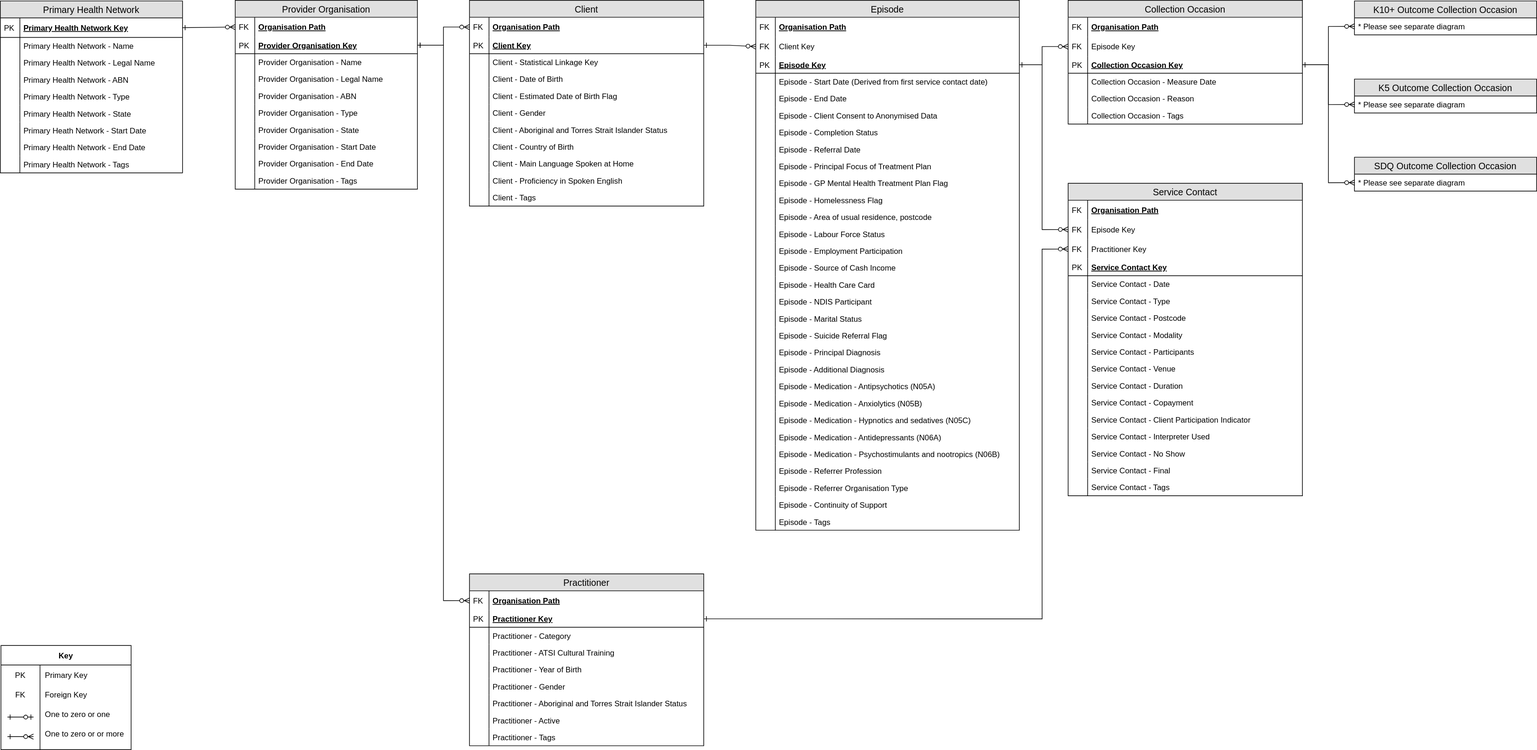
strategicdata/pmhc-mds-spec keeps this draw.io diagram as doc/figures/data-model-v3.svg. Above is the earlier version. Source tidied: cells renumbered, new cells last; positions are measured from the earlier drawing's top-left corner, leaving out a move shared by most shapes.
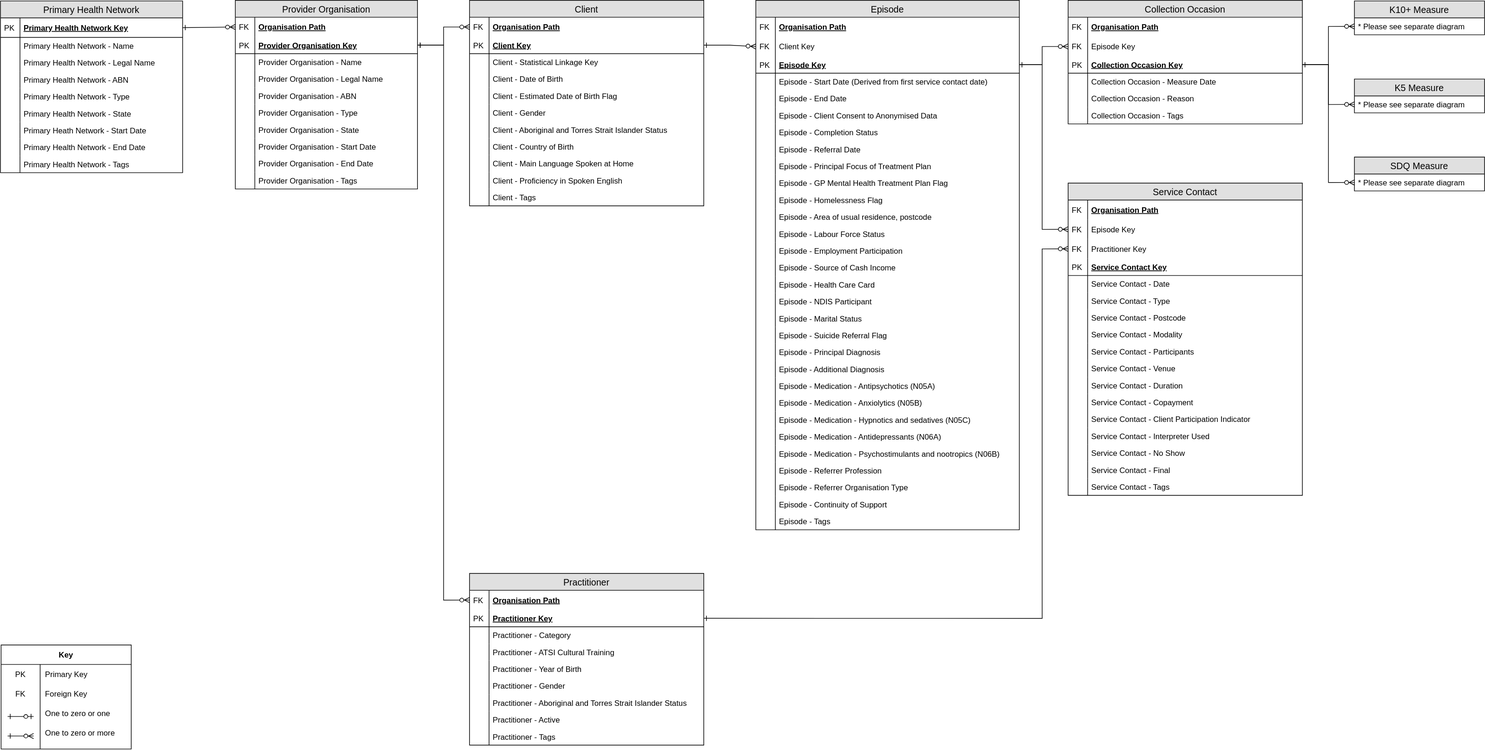
After the change.

Diff of the diagram source:
```diff
@@ -654,23 +654,23 @@
     <mxCell id="202" style="shape=partialRectangle;top=0;left=0;bottom=0;fillColor=none;align=left;verticalAlign=top;spacingLeft=4;spacingRight=4;overflow=hidden;fontSize=12;" parent="201" vertex="1">
       <mxGeometry width="30" height="26" as="geometry" />
     </mxCell>
-    <mxCell id="203" value="K10+ Outcome Collection Occasion" style="swimlane;fontStyle=0;horizontal=1;startSize=26;fillColor=#e0e0e0;swimlaneFillColor=#ffffff;align=center;fontSize=14;" parent="1" vertex="1">
-      <mxGeometry x="2081" y="1" width="280" height="52" as="geometry" />
+    <mxCell id="203" value="K10+ Measure" style="swimlane;fontStyle=0;horizontal=1;startSize=26;fillColor=#e0e0e0;swimlaneFillColor=#ffffff;align=center;fontSize=14;" parent="1" vertex="1">
+      <mxGeometry x="2081" y="1" width="200" height="52" as="geometry" />
     </mxCell>
     <mxCell id="204" value="* Please see separate diagram" style="text;strokeColor=none;fillColor=none;spacingLeft=4;spacingRight=4;overflow=hidden;points=[[0,0.5],[1,0.5]];portConstraint=eastwest;fontSize=12;" parent="203" vertex="1">
-      <mxGeometry y="26" width="280" height="26" as="geometry" />
+      <mxGeometry y="26" width="200" height="26" as="geometry" />
     </mxCell>
-    <mxCell id="205" value="K5 Outcome Collection Occasion" style="swimlane;fontStyle=0;horizontal=1;startSize=26;fillColor=#e0e0e0;swimlaneFillColor=#ffffff;align=center;fontSize=14;" parent="1" vertex="1">
-      <mxGeometry x="2081" y="121" width="280" height="52" as="geometry" />
+    <mxCell id="205" value="K5 Measure" style="swimlane;fontStyle=0;horizontal=1;startSize=26;fillColor=#e0e0e0;swimlaneFillColor=#ffffff;align=center;fontSize=14;" parent="1" vertex="1">
+      <mxGeometry x="2081" y="121" width="200" height="52" as="geometry" />
     </mxCell>
     <mxCell id="206" value="* Please see separate diagram" style="text;strokeColor=none;fillColor=none;spacingLeft=4;spacingRight=4;overflow=hidden;points=[[0,0.5],[1,0.5]];portConstraint=eastwest;fontSize=12;" parent="205" vertex="1">
-      <mxGeometry y="26" width="280" height="26" as="geometry" />
+      <mxGeometry y="26" width="200" height="26" as="geometry" />
     </mxCell>
-    <mxCell id="207" value="SDQ Outcome Collection Occasion" style="swimlane;fontStyle=0;horizontal=1;startSize=26;fillColor=#e0e0e0;swimlaneFillColor=#ffffff;align=center;fontSize=14;" parent="1" vertex="1">
-      <mxGeometry x="2081" y="241" width="280" height="52" as="geometry" />
+    <mxCell id="207" value="SDQ Measure" style="swimlane;fontStyle=0;horizontal=1;startSize=26;fillColor=#e0e0e0;swimlaneFillColor=#ffffff;align=center;fontSize=14;" parent="1" vertex="1">
+      <mxGeometry x="2081" y="241" width="200" height="52" as="geometry" />
     </mxCell>
     <mxCell id="208" value="* Please see separate diagram" style="text;strokeColor=none;fillColor=none;spacingLeft=4;spacingRight=4;overflow=hidden;points=[[0,0.5],[1,0.5]];portConstraint=eastwest;fontSize=12;" parent="207" vertex="1">
-      <mxGeometry y="26" width="280" height="26" as="geometry" />
+      <mxGeometry y="26" width="200" height="26" as="geometry" />
     </mxCell>
     <mxCell id="209" style="shape=partialRectangle;fillColor=none;top=0;left=0;bottom=0;right=0;" parent="1" vertex="1">
       <mxGeometry x="1" y="911" width="380" height="30" as="geometry" />
@@ -726,7 +726,7 @@
     <mxCell id="226" style="shape=partialRectangle;fillColor=none;top=0;left=0;bottom=0;right=0;overflow=hidden;" parent="225" vertex="1">
       <mxGeometry width="60" height="30" as="geometry" />
     </mxCell>
-    <mxCell id="227" value="One to zero or or more" style="shape=partialRectangle;fillColor=none;top=0;left=0;bottom=0;right=0;align=left;spacingLeft=6;overflow=hidden;" parent="225" vertex="1">
+    <mxCell id="227" value="One to zero or more" style="shape=partialRectangle;fillColor=none;top=0;left=0;bottom=0;right=0;align=left;spacingLeft=6;overflow=hidden;" parent="225" vertex="1">
       <mxGeometry x="60" width="140" height="30" as="geometry" />
     </mxCell>
     <mxCell id="228" style="endArrow=ERzeroToMany;html=1;endFill=1;startArrow=ERone;startFill=0;" parent="214" edge="1">
```
